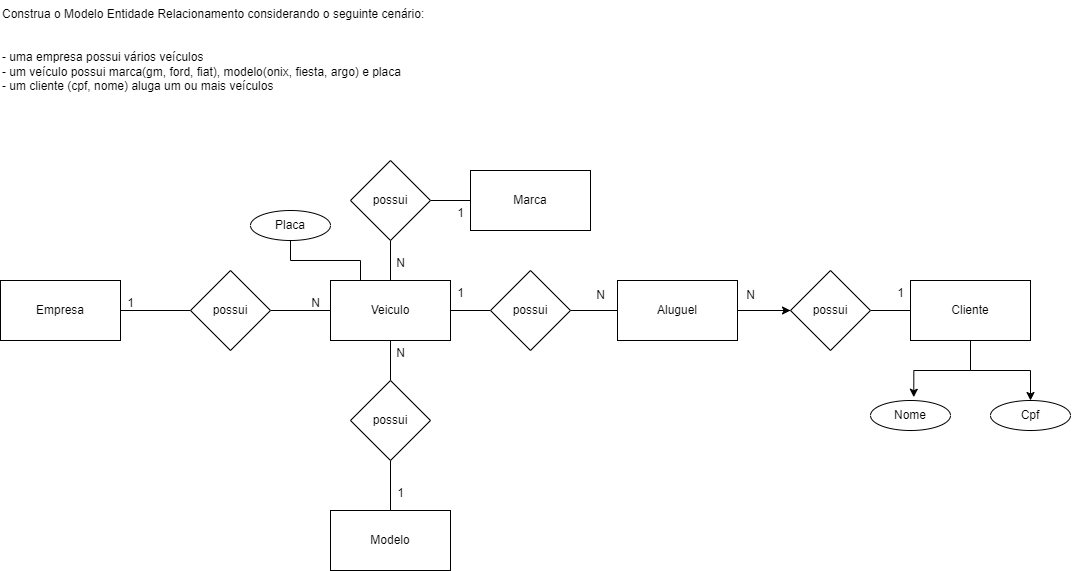
senai-desenvolvimento/2023-1S-2D keeps this draw.io diagram as sprint-1-bd/exercicios/1.2-exercicio-locadora/modelagens/exercicio-filmes-Modelos-1.2.png. Above is the earlier version. Source tidied: cells renumbered, new cells last; positions are measured from the earlier drawing's top-left corner, leaving out a move shared by most shapes.
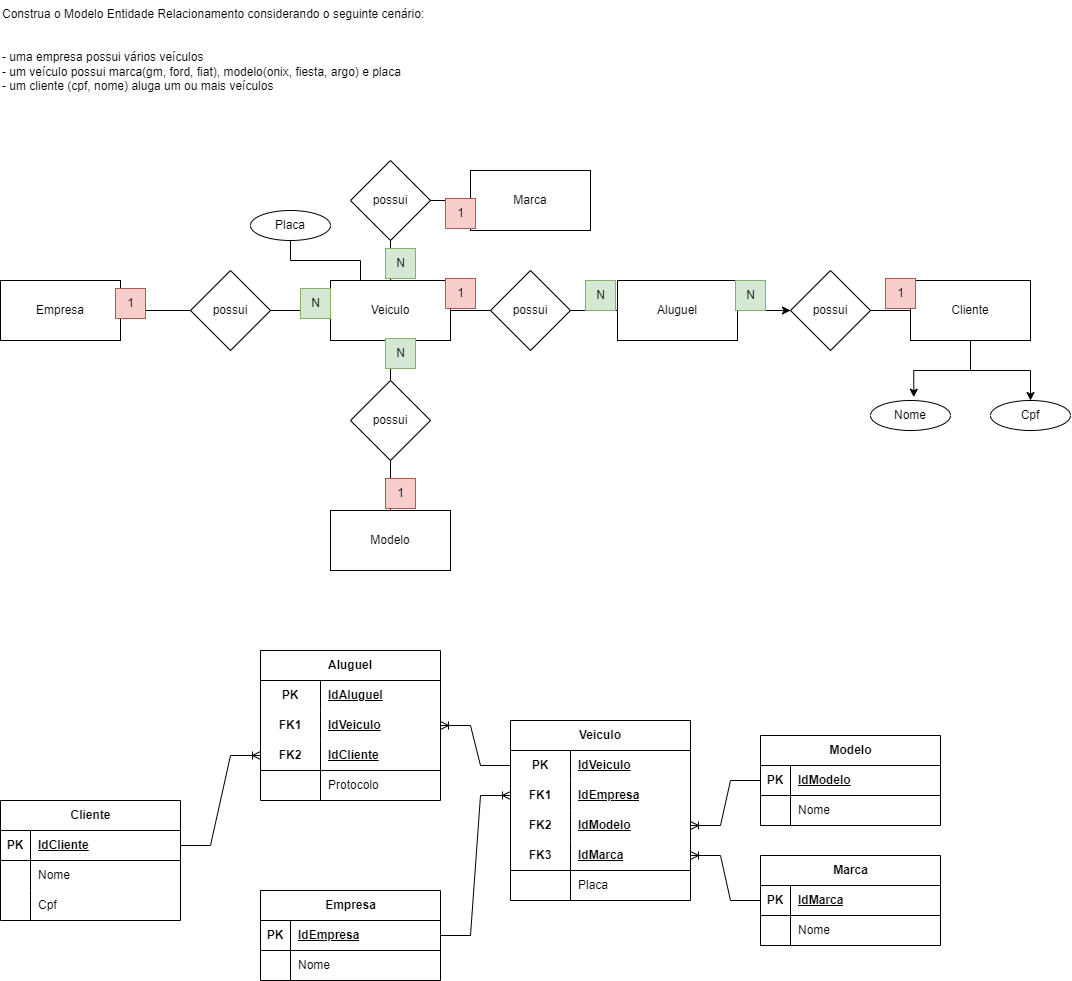
Later version of the same file.

Change to the diagram source:
```diff
@@ -89,35 +89,230 @@
     <mxCell id="30" value="Placa" style="ellipse;whiteSpace=wrap;html=1;" parent="1" vertex="1">
       <mxGeometry x="250" y="210" width="80" height="30" as="geometry" />
     </mxCell>
-    <mxCell id="31" value="1" style="text;html=1;align=center;verticalAlign=middle;strokeColor=none;fillColor=none;" parent="1" vertex="1">
+    <mxCell id="31" value="1" style="text;html=1;align=center;verticalAlign=middle;strokeColor=#b85450;fillColor=#f8cecc;" parent="1" vertex="1">
       <mxGeometry x="115" y="288" width="30" height="30" as="geometry" />
     </mxCell>
-    <mxCell id="32" value="N" style="text;html=1;align=center;verticalAlign=middle;strokeColor=none;fillColor=none;" parent="1" vertex="1">
+    <mxCell id="32" value="N" style="text;html=1;align=center;verticalAlign=middle;strokeColor=#82b366;fillColor=#d5e8d4;" parent="1" vertex="1">
       <mxGeometry x="300" y="288" width="30" height="30" as="geometry" />
     </mxCell>
-    <mxCell id="33" value="N" style="text;html=1;align=center;verticalAlign=middle;strokeColor=none;fillColor=none;" parent="1" vertex="1">
+    <mxCell id="33" value="N" style="text;html=1;align=center;verticalAlign=middle;strokeColor=#82b366;fillColor=#d5e8d4;" parent="1" vertex="1">
       <mxGeometry x="385" y="248" width="30" height="30" as="geometry" />
     </mxCell>
-    <mxCell id="34" value="1" style="text;html=1;align=center;verticalAlign=middle;strokeColor=none;fillColor=none;" parent="1" vertex="1">
+    <mxCell id="34" value="1" style="text;html=1;align=center;verticalAlign=middle;strokeColor=#b85450;fillColor=#f8cecc;" parent="1" vertex="1">
       <mxGeometry x="445" y="198" width="30" height="30" as="geometry" />
     </mxCell>
-    <mxCell id="35" value="1" style="text;html=1;align=center;verticalAlign=middle;strokeColor=none;fillColor=none;" parent="1" vertex="1">
+    <mxCell id="35" value="1" style="text;html=1;align=center;verticalAlign=middle;strokeColor=#b85450;fillColor=#f8cecc;" parent="1" vertex="1">
       <mxGeometry x="445" y="278" width="30" height="30" as="geometry" />
     </mxCell>
-    <mxCell id="36" value="N" style="text;html=1;align=center;verticalAlign=middle;strokeColor=none;fillColor=none;" parent="1" vertex="1">
+    <mxCell id="36" value="N" style="text;html=1;align=center;verticalAlign=middle;strokeColor=#82b366;fillColor=#d5e8d4;" parent="1" vertex="1">
       <mxGeometry x="585" y="280" width="30" height="30" as="geometry" />
     </mxCell>
-    <mxCell id="37" value="1" style="text;html=1;align=center;verticalAlign=middle;strokeColor=none;fillColor=none;" parent="1" vertex="1">
+    <mxCell id="37" value="1" style="text;html=1;align=center;verticalAlign=middle;strokeColor=#b85450;fillColor=#f8cecc;" parent="1" vertex="1">
       <mxGeometry x="885" y="278" width="30" height="30" as="geometry" />
     </mxCell>
-    <mxCell id="38" value="N" style="text;html=1;align=center;verticalAlign=middle;strokeColor=none;fillColor=none;" parent="1" vertex="1">
+    <mxCell id="38" value="N" style="text;html=1;align=center;verticalAlign=middle;strokeColor=#82b366;fillColor=#d5e8d4;" parent="1" vertex="1">
       <mxGeometry x="735" y="280" width="30" height="30" as="geometry" />
     </mxCell>
-    <mxCell id="39" value="N" style="text;html=1;align=center;verticalAlign=middle;strokeColor=none;fillColor=none;" parent="1" vertex="1">
+    <mxCell id="39" value="N" style="text;html=1;align=center;verticalAlign=middle;strokeColor=#82b366;fillColor=#d5e8d4;" parent="1" vertex="1">
       <mxGeometry x="385" y="338" width="30" height="30" as="geometry" />
     </mxCell>
-    <mxCell id="40" value="1" style="text;html=1;align=center;verticalAlign=middle;strokeColor=none;fillColor=none;" parent="1" vertex="1">
+    <mxCell id="40" value="1" style="text;html=1;align=center;verticalAlign=middle;strokeColor=#b85450;fillColor=#f8cecc;" parent="1" vertex="1">
       <mxGeometry x="385" y="478" width="30" height="30" as="geometry" />
     </mxCell>
+    <mxCell id="41" value="Empresa" style="shape=table;startSize=30;rowLines=0;fontStyle=1;align=center;html=1;" parent="1" vertex="1">
+      <mxGeometry x="260" y="890" width="180" height="90" as="geometry" />
+    </mxCell>
+    <mxCell id="42" style="shape=tableRow;horizontal=0;startSize=0;swimlaneHead=0;swimlaneBody=0;fillColor=none;points=[[0,0.5],[1,0.5]];portConstraint=eastwest;top=0;left=0;right=0;bottom=1;" parent="41" vertex="1">
+      <mxGeometry y="30" width="180" height="30" as="geometry" />
+    </mxCell>
+    <mxCell id="43" value="PK" style="shape=partialRectangle;fillColor=none;top=0;left=0;bottom=0;right=0;fontStyle=1;overflow=hidden;whiteSpace=wrap;html=1;" parent="42" vertex="1">
+      <mxGeometry width="30" height="30" as="geometry" />
+    </mxCell>
+    <mxCell id="44" value="IdEmpresa" style="shape=partialRectangle;fillColor=none;top=0;left=0;bottom=0;right=0;align=left;spacingLeft=6;fontStyle=5;overflow=hidden;whiteSpace=wrap;html=1;" parent="42" vertex="1">
+      <mxGeometry x="30" width="150" height="30" as="geometry" />
+    </mxCell>
+    <mxCell id="45" style="shape=tableRow;horizontal=0;startSize=0;swimlaneHead=0;swimlaneBody=0;fillColor=none;top=0;left=0;right=0;bottom=0;" parent="41" vertex="1">
+      <mxGeometry y="60" width="180" height="30" as="geometry" />
+    </mxCell>
+    <mxCell id="46" style="shape=partialRectangle;fillColor=none;top=0;left=0;bottom=0;right=0;overflow=hidden;whiteSpace=wrap;html=1;" parent="45" vertex="1">
+      <mxGeometry width="30" height="30" as="geometry" />
+    </mxCell>
+    <mxCell id="47" value="Nome" style="shape=partialRectangle;fillColor=none;top=0;left=0;bottom=0;right=0;align=left;spacingLeft=6;overflow=hidden;whiteSpace=wrap;html=1;" parent="45" vertex="1">
+      <mxGeometry x="30" width="150" height="30" as="geometry" />
+    </mxCell>
+    <mxCell id="48" value="Veiculo" style="shape=table;startSize=30;rowLines=0;fontStyle=1;align=center;html=1;whiteSpace=wrap;" parent="1" vertex="1">
+      <mxGeometry x="510" y="720" width="180" height="180" as="geometry" />
+    </mxCell>
+    <mxCell id="49" style="shape=tableRow;horizontal=0;startSize=0;swimlaneHead=0;swimlaneBody=0;fillColor=none;points=[[0,0.5],[1,0.5]];portConstraint=eastwest;top=0;left=0;right=0;bottom=0;html=1;" parent="48" vertex="1">
+      <mxGeometry y="30" width="180" height="30" as="geometry" />
+    </mxCell>
+    <mxCell id="50" value="PK" style="shape=partialRectangle;fillColor=none;top=0;left=0;bottom=0;right=0;fontStyle=1;overflow=hidden;html=1;whiteSpace=wrap;" parent="49" vertex="1">
+      <mxGeometry width="60" height="30" as="geometry" />
+    </mxCell>
+    <mxCell id="51" value="IdVeiculo" style="shape=partialRectangle;fillColor=none;top=0;left=0;bottom=0;right=0;align=left;spacingLeft=6;fontStyle=5;overflow=hidden;html=1;whiteSpace=wrap;" parent="49" vertex="1">
+      <mxGeometry x="60" width="120" height="30" as="geometry" />
+    </mxCell>
+    <mxCell id="52" style="shape=tableRow;horizontal=0;startSize=0;swimlaneHead=0;swimlaneBody=0;fillColor=none;points=[[0,0.5],[1,0.5]];portConstraint=eastwest;top=0;left=0;right=0;bottom=0;html=1;" parent="48" vertex="1">
+      <mxGeometry y="60" width="180" height="30" as="geometry" />
+    </mxCell>
+    <mxCell id="53" value="FK1" style="shape=partialRectangle;fillColor=none;top=0;left=0;bottom=0;right=0;fontStyle=1;overflow=hidden;html=1;whiteSpace=wrap;" parent="52" vertex="1">
+      <mxGeometry width="60" height="30" as="geometry" />
+    </mxCell>
+    <mxCell id="54" value="IdEmpresa" style="shape=partialRectangle;fillColor=none;top=0;left=0;bottom=0;right=0;align=left;spacingLeft=6;fontStyle=5;overflow=hidden;html=1;whiteSpace=wrap;" parent="52" vertex="1">
+      <mxGeometry x="60" width="120" height="30" as="geometry" />
+    </mxCell>
+    <mxCell id="55" style="shape=tableRow;horizontal=0;startSize=0;swimlaneHead=0;swimlaneBody=0;fillColor=none;points=[[0,0.5],[1,0.5]];portConstraint=eastwest;top=0;left=0;right=0;bottom=0;html=1;" parent="48" vertex="1">
+      <mxGeometry y="90" width="180" height="30" as="geometry" />
+    </mxCell>
+    <mxCell id="56" value="FK2" style="shape=partialRectangle;fillColor=none;top=0;left=0;bottom=0;right=0;fontStyle=1;overflow=hidden;html=1;whiteSpace=wrap;" parent="55" vertex="1">
+      <mxGeometry width="60" height="30" as="geometry" />
+    </mxCell>
+    <mxCell id="57" value="IdModelo" style="shape=partialRectangle;fillColor=none;top=0;left=0;bottom=0;right=0;align=left;spacingLeft=6;fontStyle=5;overflow=hidden;html=1;whiteSpace=wrap;" parent="55" vertex="1">
+      <mxGeometry x="60" width="120" height="30" as="geometry" />
+    </mxCell>
+    <mxCell id="58" style="shape=tableRow;horizontal=0;startSize=0;swimlaneHead=0;swimlaneBody=0;fillColor=none;points=[[0,0.5],[1,0.5]];portConstraint=eastwest;top=0;left=0;right=0;bottom=1;html=1;" parent="48" vertex="1">
+      <mxGeometry y="120" width="180" height="30" as="geometry" />
+    </mxCell>
+    <mxCell id="59" value="FK3" style="shape=partialRectangle;fillColor=none;top=0;left=0;bottom=0;right=0;fontStyle=1;overflow=hidden;html=1;whiteSpace=wrap;" parent="58" vertex="1">
+      <mxGeometry width="60" height="30" as="geometry" />
+    </mxCell>
+    <mxCell id="60" value="IdMarca" style="shape=partialRectangle;fillColor=none;top=0;left=0;bottom=0;right=0;align=left;spacingLeft=6;fontStyle=5;overflow=hidden;html=1;whiteSpace=wrap;" parent="58" vertex="1">
+      <mxGeometry x="60" width="120" height="30" as="geometry" />
+    </mxCell>
+    <mxCell id="61" style="shape=tableRow;horizontal=0;startSize=0;swimlaneHead=0;swimlaneBody=0;fillColor=none;top=0;left=0;right=0;bottom=0;html=1;" parent="48" vertex="1">
+      <mxGeometry y="150" width="180" height="30" as="geometry" />
+    </mxCell>
+    <mxCell id="62" style="shape=partialRectangle;fillColor=none;top=0;left=0;bottom=0;right=0;overflow=hidden;html=1;whiteSpace=wrap;" parent="61" vertex="1">
+      <mxGeometry width="60" height="30" as="geometry" />
+    </mxCell>
+    <mxCell id="63" value="Placa" style="shape=partialRectangle;fillColor=none;top=0;left=0;bottom=0;right=0;align=left;spacingLeft=6;overflow=hidden;html=1;whiteSpace=wrap;" parent="61" vertex="1">
+      <mxGeometry x="60" width="120" height="30" as="geometry" />
+    </mxCell>
+    <mxCell id="64" value="Modelo" style="shape=table;startSize=30;rowLines=0;fontStyle=1;align=center;html=1;" parent="1" vertex="1">
+      <mxGeometry x="760" y="735" width="180" height="90" as="geometry" />
+    </mxCell>
+    <mxCell id="65" style="shape=tableRow;horizontal=0;startSize=0;swimlaneHead=0;swimlaneBody=0;fillColor=none;points=[[0,0.5],[1,0.5]];portConstraint=eastwest;top=0;left=0;right=0;bottom=1;" parent="64" vertex="1">
+      <mxGeometry y="30" width="180" height="30" as="geometry" />
+    </mxCell>
+    <mxCell id="66" value="PK" style="shape=partialRectangle;fillColor=none;top=0;left=0;bottom=0;right=0;fontStyle=1;overflow=hidden;whiteSpace=wrap;html=1;" parent="65" vertex="1">
+      <mxGeometry width="30" height="30" as="geometry" />
+    </mxCell>
+    <mxCell id="67" value="IdModelo" style="shape=partialRectangle;fillColor=none;top=0;left=0;bottom=0;right=0;align=left;spacingLeft=6;fontStyle=5;overflow=hidden;whiteSpace=wrap;html=1;" parent="65" vertex="1">
+      <mxGeometry x="30" width="150" height="30" as="geometry" />
+    </mxCell>
+    <mxCell id="68" style="shape=tableRow;horizontal=0;startSize=0;swimlaneHead=0;swimlaneBody=0;fillColor=none;top=0;left=0;right=0;bottom=0;" parent="64" vertex="1">
+      <mxGeometry y="60" width="180" height="30" as="geometry" />
+    </mxCell>
+    <mxCell id="69" style="shape=partialRectangle;fillColor=none;top=0;left=0;bottom=0;right=0;overflow=hidden;whiteSpace=wrap;html=1;" parent="68" vertex="1">
+      <mxGeometry width="30" height="30" as="geometry" />
+    </mxCell>
+    <mxCell id="70" value="Nome" style="shape=partialRectangle;fillColor=none;top=0;left=0;bottom=0;right=0;align=left;spacingLeft=6;overflow=hidden;whiteSpace=wrap;html=1;" parent="68" vertex="1">
+      <mxGeometry x="30" width="150" height="30" as="geometry" />
+    </mxCell>
+    <mxCell id="71" value="Marca" style="shape=table;startSize=30;rowLines=0;fontStyle=1;align=center;html=1;" parent="1" vertex="1">
+      <mxGeometry x="760" y="855" width="180" height="90" as="geometry" />
+    </mxCell>
+    <mxCell id="72" style="shape=tableRow;horizontal=0;startSize=0;swimlaneHead=0;swimlaneBody=0;fillColor=none;points=[[0,0.5],[1,0.5]];portConstraint=eastwest;top=0;left=0;right=0;bottom=1;" parent="71" vertex="1">
+      <mxGeometry y="30" width="180" height="30" as="geometry" />
+    </mxCell>
+    <mxCell id="73" value="PK" style="shape=partialRectangle;fillColor=none;top=0;left=0;bottom=0;right=0;fontStyle=1;overflow=hidden;whiteSpace=wrap;html=1;" parent="72" vertex="1">
+      <mxGeometry width="30" height="30" as="geometry" />
+    </mxCell>
+    <mxCell id="74" value="IdMarca" style="shape=partialRectangle;fillColor=none;top=0;left=0;bottom=0;right=0;align=left;spacingLeft=6;fontStyle=5;overflow=hidden;whiteSpace=wrap;html=1;" parent="72" vertex="1">
+      <mxGeometry x="30" width="150" height="30" as="geometry" />
+    </mxCell>
+    <mxCell id="75" style="shape=tableRow;horizontal=0;startSize=0;swimlaneHead=0;swimlaneBody=0;fillColor=none;top=0;left=0;right=0;bottom=0;" parent="71" vertex="1">
+      <mxGeometry y="60" width="180" height="30" as="geometry" />
+    </mxCell>
+    <mxCell id="76" style="shape=partialRectangle;fillColor=none;top=0;left=0;bottom=0;right=0;overflow=hidden;whiteSpace=wrap;html=1;" parent="75" vertex="1">
+      <mxGeometry width="30" height="30" as="geometry" />
+    </mxCell>
+    <mxCell id="77" value="Nome" style="shape=partialRectangle;fillColor=none;top=0;left=0;bottom=0;right=0;align=left;spacingLeft=6;overflow=hidden;whiteSpace=wrap;html=1;" parent="75" vertex="1">
+      <mxGeometry x="30" width="150" height="30" as="geometry" />
+    </mxCell>
+    <mxCell id="78" value="Aluguel" style="shape=table;startSize=30;rowLines=0;fontStyle=1;align=center;html=1;whiteSpace=wrap;" parent="1" vertex="1">
+      <mxGeometry x="260" y="650" width="180" height="150" as="geometry" />
+    </mxCell>
+    <mxCell id="79" style="shape=tableRow;horizontal=0;startSize=0;swimlaneHead=0;swimlaneBody=0;fillColor=none;top=0;left=0;right=0;bottom=0;html=1;" parent="78" vertex="1">
+      <mxGeometry y="30" width="180" height="30" as="geometry" />
+    </mxCell>
+    <mxCell id="80" value="PK" style="shape=partialRectangle;fillColor=none;top=0;left=0;bottom=0;right=0;fontStyle=1;overflow=hidden;html=1;whiteSpace=wrap;" parent="79" vertex="1">
+      <mxGeometry width="60" height="30" as="geometry" />
+    </mxCell>
+    <mxCell id="81" value="IdAluguel" style="shape=partialRectangle;fillColor=none;top=0;left=0;bottom=0;right=0;align=left;spacingLeft=6;fontStyle=5;overflow=hidden;html=1;whiteSpace=wrap;" parent="79" vertex="1">
+      <mxGeometry x="60" width="120" height="30" as="geometry" />
+    </mxCell>
+    <mxCell id="82" style="shape=tableRow;horizontal=0;startSize=0;swimlaneHead=0;swimlaneBody=0;fillColor=none;points=[[0,0.5],[1,0.5]];portConstraint=eastwest;top=0;left=0;right=0;bottom=0;html=1;" parent="78" vertex="1">
+      <mxGeometry y="60" width="180" height="30" as="geometry" />
+    </mxCell>
+    <mxCell id="83" value="FK1" style="shape=partialRectangle;fillColor=none;top=0;left=0;bottom=0;right=0;fontStyle=1;overflow=hidden;html=1;whiteSpace=wrap;" parent="82" vertex="1">
+      <mxGeometry width="60" height="30" as="geometry" />
+    </mxCell>
+    <mxCell id="84" value="IdVeiculo" style="shape=partialRectangle;fillColor=none;top=0;left=0;bottom=0;right=0;align=left;spacingLeft=6;fontStyle=5;overflow=hidden;html=1;whiteSpace=wrap;" parent="82" vertex="1">
+      <mxGeometry x="60" width="120" height="30" as="geometry" />
+    </mxCell>
+    <mxCell id="85" style="shape=tableRow;horizontal=0;startSize=0;swimlaneHead=0;swimlaneBody=0;fillColor=none;points=[[0,0.5],[1,0.5]];portConstraint=eastwest;top=0;left=0;right=0;bottom=1;html=1;" parent="78" vertex="1">
+      <mxGeometry y="90" width="180" height="30" as="geometry" />
+    </mxCell>
+    <mxCell id="86" value="FK2" style="shape=partialRectangle;fillColor=none;top=0;left=0;bottom=0;right=0;fontStyle=1;overflow=hidden;html=1;whiteSpace=wrap;" parent="85" vertex="1">
+      <mxGeometry width="60" height="30" as="geometry" />
+    </mxCell>
+    <mxCell id="87" value="IdCliente" style="shape=partialRectangle;fillColor=none;top=0;left=0;bottom=0;right=0;align=left;spacingLeft=6;fontStyle=5;overflow=hidden;html=1;whiteSpace=wrap;" parent="85" vertex="1">
+      <mxGeometry x="60" width="120" height="30" as="geometry" />
+    </mxCell>
+    <mxCell id="88" style="shape=tableRow;horizontal=0;startSize=0;swimlaneHead=0;swimlaneBody=0;fillColor=none;top=0;left=0;right=0;bottom=0;html=1;" parent="78" vertex="1">
+      <mxGeometry y="120" width="180" height="30" as="geometry" />
+    </mxCell>
+    <mxCell id="89" style="shape=partialRectangle;fillColor=none;top=0;left=0;bottom=0;right=0;overflow=hidden;html=1;whiteSpace=wrap;" parent="88" vertex="1">
+      <mxGeometry width="60" height="30" as="geometry" />
+    </mxCell>
+    <mxCell id="90" value="Protocolo" style="shape=partialRectangle;fillColor=none;top=0;left=0;bottom=0;right=0;align=left;spacingLeft=6;overflow=hidden;html=1;whiteSpace=wrap;" parent="88" vertex="1">
+      <mxGeometry x="60" width="120" height="30" as="geometry" />
+    </mxCell>
+    <mxCell id="91" value="Cliente" style="shape=table;startSize=30;rowLines=0;fontStyle=1;align=center;html=1;" parent="1" vertex="1">
+      <mxGeometry y="800" width="180" height="120" as="geometry" />
+    </mxCell>
+    <mxCell id="92" style="shape=tableRow;horizontal=0;startSize=0;swimlaneHead=0;swimlaneBody=0;fillColor=none;points=[[0,0.5],[1,0.5]];portConstraint=eastwest;top=0;left=0;right=0;bottom=1;" parent="91" vertex="1">
+      <mxGeometry y="30" width="180" height="30" as="geometry" />
+    </mxCell>
+    <mxCell id="93" value="PK" style="shape=partialRectangle;fillColor=none;top=0;left=0;bottom=0;right=0;fontStyle=1;overflow=hidden;whiteSpace=wrap;html=1;" parent="92" vertex="1">
+      <mxGeometry width="30" height="30" as="geometry" />
+    </mxCell>
+    <mxCell id="94" value="IdCliente" style="shape=partialRectangle;fillColor=none;top=0;left=0;bottom=0;right=0;align=left;spacingLeft=6;fontStyle=5;overflow=hidden;whiteSpace=wrap;html=1;" parent="92" vertex="1">
+      <mxGeometry x="30" width="150" height="30" as="geometry" />
+    </mxCell>
+    <mxCell id="95" style="shape=tableRow;horizontal=0;startSize=0;swimlaneHead=0;swimlaneBody=0;fillColor=none;top=0;left=0;right=0;bottom=0;" parent="91" vertex="1">
+      <mxGeometry y="60" width="180" height="30" as="geometry" />
+    </mxCell>
+    <mxCell id="96" style="shape=partialRectangle;fillColor=none;top=0;left=0;bottom=0;right=0;overflow=hidden;whiteSpace=wrap;html=1;" parent="95" vertex="1">
+      <mxGeometry width="30" height="30" as="geometry" />
+    </mxCell>
+    <mxCell id="97" value="Nome" style="shape=partialRectangle;fillColor=none;top=0;left=0;bottom=0;right=0;align=left;spacingLeft=6;overflow=hidden;whiteSpace=wrap;html=1;" parent="95" vertex="1">
+      <mxGeometry x="30" width="150" height="30" as="geometry" />
+    </mxCell>
+    <mxCell id="98" style="shape=tableRow;horizontal=0;startSize=0;swimlaneHead=0;swimlaneBody=0;fillColor=none;top=0;left=0;right=0;bottom=0;" parent="91" vertex="1">
+      <mxGeometry y="90" width="180" height="30" as="geometry" />
+    </mxCell>
+    <mxCell id="99" style="shape=partialRectangle;fillColor=none;top=0;left=0;bottom=0;right=0;overflow=hidden;whiteSpace=wrap;html=1;" parent="98" vertex="1">
+      <mxGeometry width="30" height="30" as="geometry" />
+    </mxCell>
+    <mxCell id="100" value="Cpf" style="shape=partialRectangle;fillColor=none;top=0;left=0;bottom=0;right=0;align=left;spacingLeft=6;overflow=hidden;whiteSpace=wrap;html=1;" parent="98" vertex="1">
+      <mxGeometry x="30" width="150" height="30" as="geometry" />
+    </mxCell>
+    <mxCell id="101" style="edgeStyle=entityRelationEdgeStyle;fontSize=12;html=1;endArrow=ERoneToMany;rounded=0;exitX=1;exitY=0.5;exitDx=0;exitDy=0;entryX=0;entryY=0.5;entryDx=0;entryDy=0;" parent="1" edge="1" source="42" target="52">
+      <mxGeometry relative="1" as="geometry" />
+    </mxCell>
+    <mxCell id="102" style="edgeStyle=entityRelationEdgeStyle;fontSize=12;html=1;endArrow=ERoneToMany;rounded=0;exitX=0;exitY=0.5;exitDx=0;exitDy=0;entryX=1;entryY=0.5;entryDx=0;entryDy=0;" parent="1" edge="1" source="65" target="55">
+      <mxGeometry relative="1" as="geometry" />
+    </mxCell>
+    <mxCell id="103" style="edgeStyle=entityRelationEdgeStyle;fontSize=12;html=1;endArrow=ERoneToMany;rounded=0;exitX=0;exitY=0.5;exitDx=0;exitDy=0;entryX=1;entryY=0.5;entryDx=0;entryDy=0;" parent="1" edge="1" source="72" target="58">
+      <mxGeometry relative="1" as="geometry" />
+    </mxCell>
+    <mxCell id="104" style="edgeStyle=entityRelationEdgeStyle;fontSize=12;html=1;endArrow=ERoneToMany;rounded=0;exitX=0;exitY=0.5;exitDx=0;exitDy=0;entryX=1;entryY=0.5;entryDx=0;entryDy=0;" parent="1" edge="1" source="49" target="82">
+      <mxGeometry relative="1" as="geometry" />
+    </mxCell>
+    <mxCell id="105" style="edgeStyle=entityRelationEdgeStyle;fontSize=12;html=1;endArrow=ERoneToMany;rounded=0;exitX=1;exitY=0.5;exitDx=0;exitDy=0;entryX=0;entryY=0.5;entryDx=0;entryDy=0;" parent="1" edge="1" source="92" target="85">
+      <mxGeometry relative="1" as="geometry" />
+    </mxCell>
   </root>
 </mxGraphModel>
```
